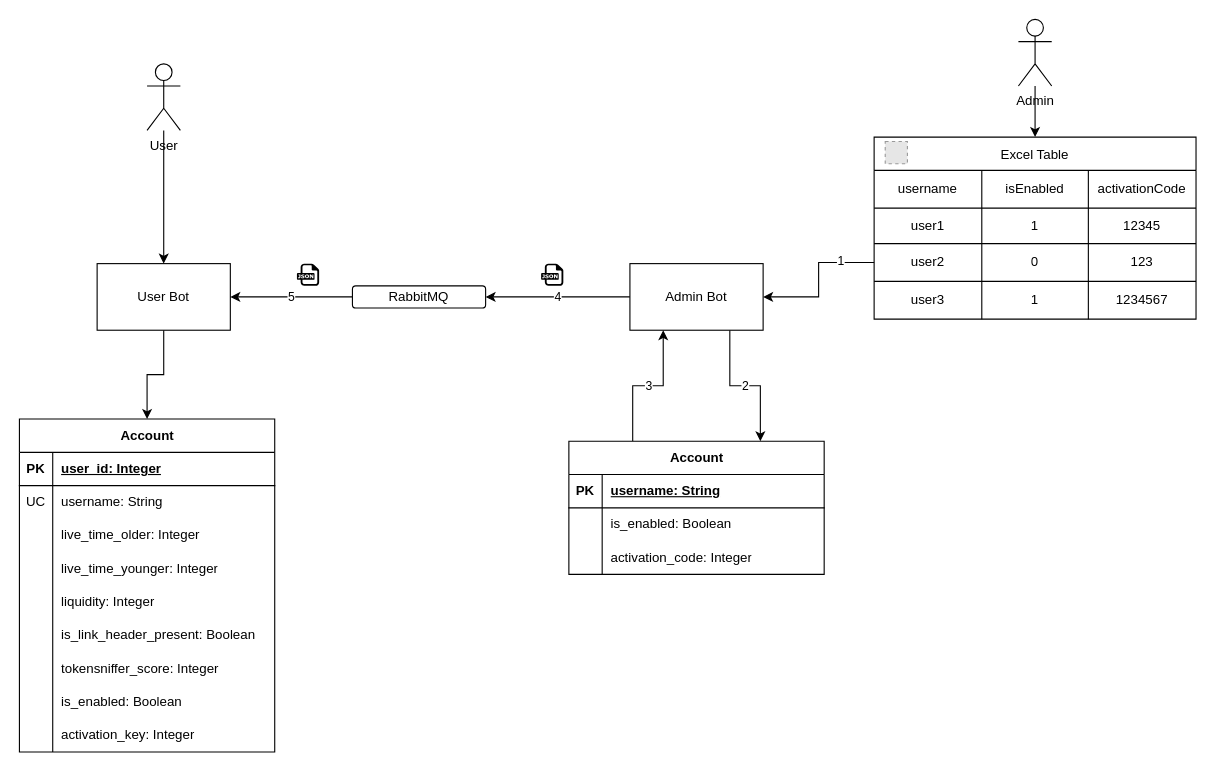
Before: Dex Bot.drawio in lincentpega/diagrams, a draw.io diagram. Source tidied: cells renumbered, new cells numbered last; positions are measured from the earlier drawing's top-left corner, leaving out a move shared by most shapes. Both pictures are drawn from the tidied source at 111%, with x=0, y=0 at pixel (19, 19). Pictures stored in the file or linked from it are replaced by grey dashed boxes.
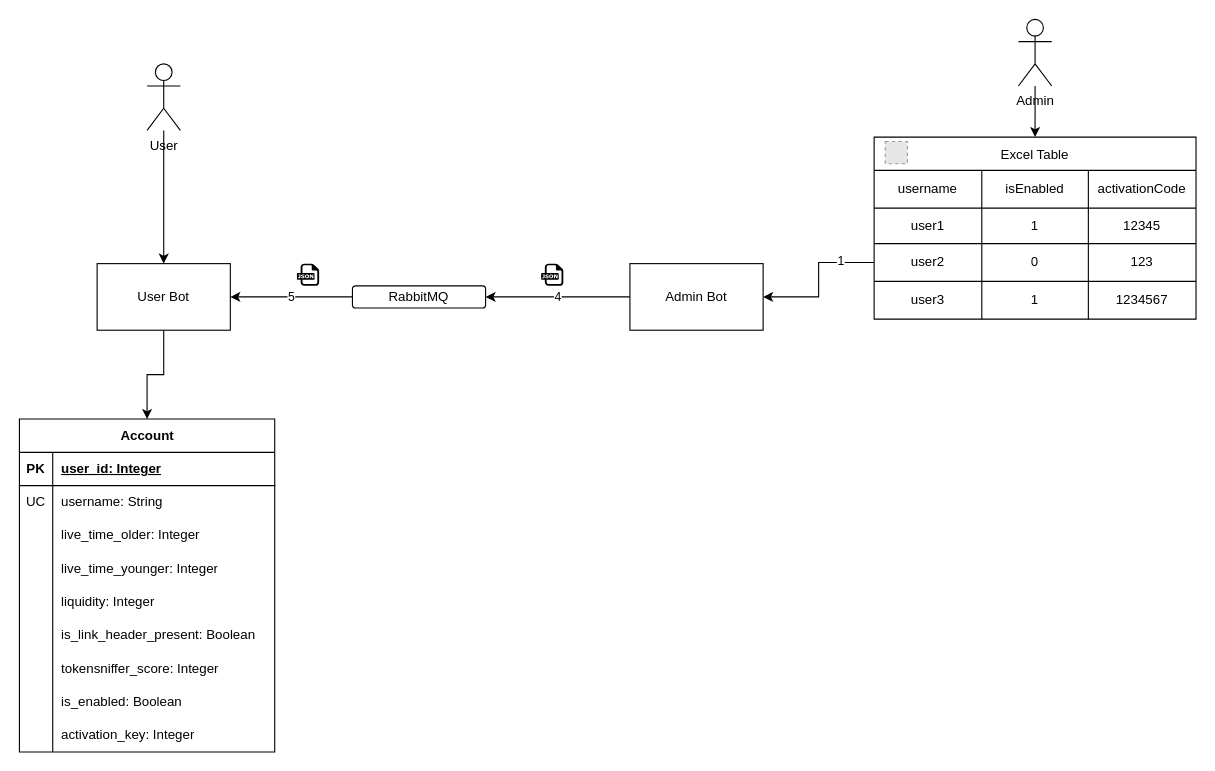
The same page after the edit.

The change refers to these unchanged cells:
```xml
<mxCell id="6" value="Admin Bot" style="rounded=0;whiteSpace=wrap;html=1;" parent="1" vertex="1">
  <mxGeometry x="550" y="220" width="120" height="60" as="geometry" />
</mxCell>
```

What changed in the source:
```diff
@@
-    <mxCell id="5" value="2" style="edgeStyle=orthogonalEdgeStyle;rounded=0;jettySize=auto;html=1;exitX=0.75;exitY=1;exitDx=0;exitDy=0;entryX=0.75;entryY=0;entryDx=0;entryDy=0;" parent="1" edge="1" source="6" target="64">
-      <mxGeometry relative="1" as="geometry" />
-    </mxCell>
@@
-    <mxCell id="63" value="3" style="edgeStyle=orthogonalEdgeStyle;rounded=0;jettySize=auto;html=1;exitX=0.25;exitY=0;exitDx=0;exitDy=0;entryX=0.25;entryY=1;entryDx=0;entryDy=0;" parent="1" edge="1" source="64" target="6">
-      <mxGeometry relative="1" as="geometry" />
-    </mxCell>
-    <mxCell id="64" value="Account" style="shape=table;startSize=30;childLayout=tableLayout;rowLines=0;fontStyle=1;align=center;html=1;" parent="1" vertex="1">
-      <mxGeometry x="495" y="380" width="230" height="120" as="geometry" />
-    </mxCell>
-    <mxCell id="65" style="shape=tableRow;horizontal=0;startSize=0;swimlaneHead=0;swimlaneBody=0;fillColor=none;top=0;left=0;right=0;bottom=1;" parent="64" vertex="1">
-      <mxGeometry y="30" width="230" height="30" as="geometry" />
-    </mxCell>
-    <mxCell id="66" value="PK" style="shape=partialRectangle;fillColor=none;top=0;left=0;bottom=0;right=0;fontStyle=1;overflow=hidden;whiteSpace=wrap;html=1;" parent="65" vertex="1">
-      <mxGeometry width="30" height="30" as="geometry" />
-    </mxCell>
-    <mxCell id="67" value="username: String" style="shape=partialRectangle;fillColor=none;top=0;left=0;bottom=0;right=0;align=left;spacingLeft=6;fontStyle=5;overflow=hidden;whiteSpace=wrap;html=1;" parent="65" vertex="1">
-      <mxGeometry x="30" width="200" height="30" as="geometry" />
-    </mxCell>
-    <mxCell id="68" style="shape=tableRow;horizontal=0;startSize=0;swimlaneHead=0;swimlaneBody=0;fillColor=none;top=0;left=0;right=0;bottom=0;" parent="64" vertex="1">
-      <mxGeometry y="60" width="230" height="30" as="geometry" />
-    </mxCell>
-    <mxCell id="69" style="shape=partialRectangle;fillColor=none;top=0;left=0;bottom=0;right=0;overflow=hidden;whiteSpace=wrap;html=1;" parent="68" vertex="1">
-      <mxGeometry width="30" height="30" as="geometry" />
-    </mxCell>
-    <mxCell id="70" value="is_enabled: Boolean" style="shape=partialRectangle;fillColor=none;top=0;left=0;bottom=0;right=0;align=left;spacingLeft=6;overflow=hidden;whiteSpace=wrap;html=1;" parent="68" vertex="1">
-      <mxGeometry x="30" width="200" height="30" as="geometry" />
-    </mxCell>
-    <mxCell id="71" style="shape=tableRow;horizontal=0;startSize=0;swimlaneHead=0;swimlaneBody=0;fillColor=none;top=0;left=0;right=0;bottom=0;" parent="64" vertex="1">
-      <mxGeometry y="90" width="230" height="30" as="geometry" />
-    </mxCell>
-    <mxCell id="72" style="shape=partialRectangle;fillColor=none;top=0;left=0;bottom=0;right=0;overflow=hidden;whiteSpace=wrap;html=1;" parent="71" vertex="1">
-      <mxGeometry width="30" height="30" as="geometry" />
-    </mxCell>
-    <mxCell id="73" value="activation_code: Integer" style="shape=partialRectangle;fillColor=none;top=0;left=0;bottom=0;right=0;align=left;spacingLeft=6;overflow=hidden;whiteSpace=wrap;html=1;" parent="71" vertex="1">
-      <mxGeometry x="30" width="200" height="30" as="geometry" />
-    </mxCell>
```
